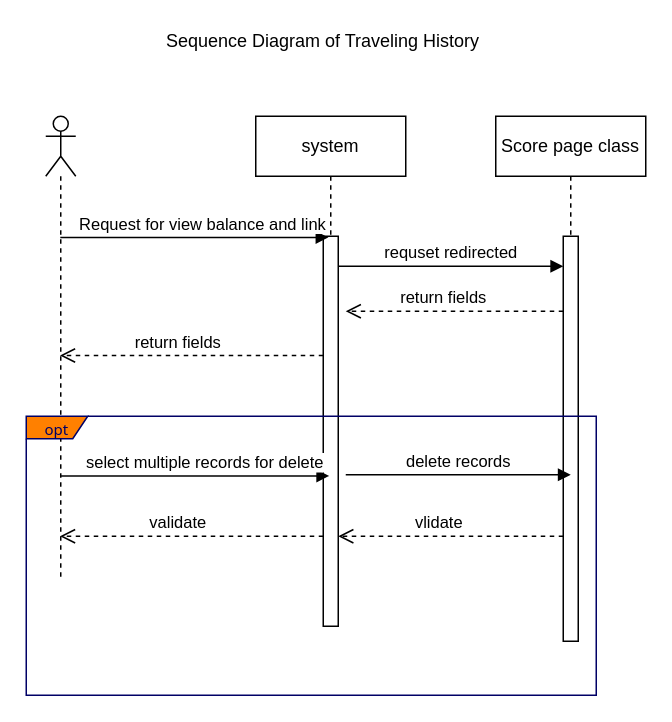
This is Behavioral Modeling/SequenceDiagram/traveling history.drawio from kargaranamir/Travelink, a draw.io file, before an edit. Source tidied: cells renumbered, new cells numbered last; positions are measured from the earlier drawing's top-left corner, leaving out a move shared by most shapes. Both pictures are drawn from the tidied source at 150%, with x=0, y=0 at pixel (26, 26).
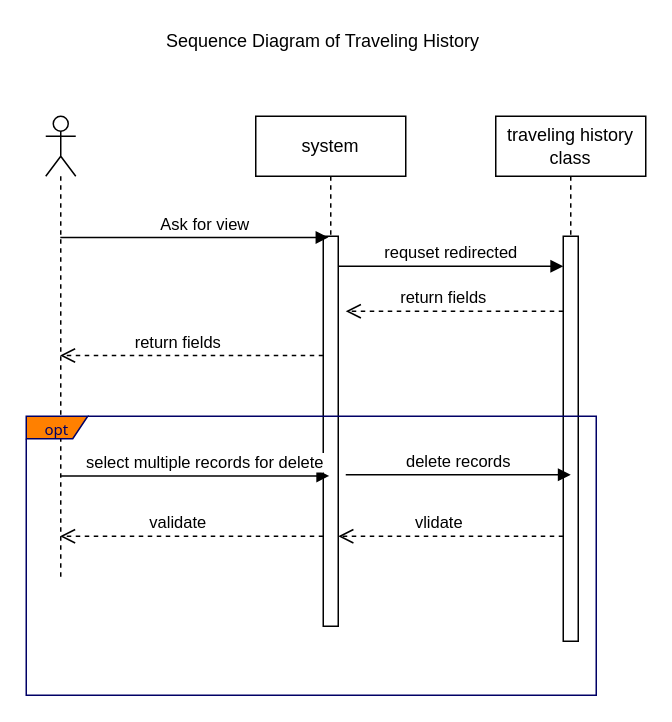
The same diagram, later.

What changed in the source:
```diff
@@
-    <mxCell id="6" value="Request for view balance and link&amp;nbsp;" style="html=1;verticalAlign=bottom;endArrow=block;entryX=0.333;entryY=0.254;entryDx=0;entryDy=0;entryPerimeter=0;" parent="1" edge="1">
+    <mxCell id="6" value="Ask for view" style="html=1;verticalAlign=bottom;endArrow=block;entryX=0.333;entryY=0.254;entryDx=0;entryDy=0;entryPerimeter=0;" parent="1" edge="1">
       <mxGeometry x="0.07" relative="1" as="geometry">
         <mxPoint x="22.7" y="140.8" as="sourcePoint" />
         <mxPoint x="201.5" y="140.8" as="targetPoint" />
       </mxGeometry>
     </mxCell>
-    <mxCell id="7" value="Score page class" style="shape=umlLifeline;perimeter=lifelinePerimeter;whiteSpace=wrap;html=1;" parent="1" vertex="1">
+    <mxCell id="7" value="traveling history class" style="shape=umlLifeline;perimeter=lifelinePerimeter;whiteSpace=wrap;html=1;" parent="1" vertex="1">
       <mxGeometry x="313" y="60" width="100" height="350" as="geometry" />
     </mxCell>
```
